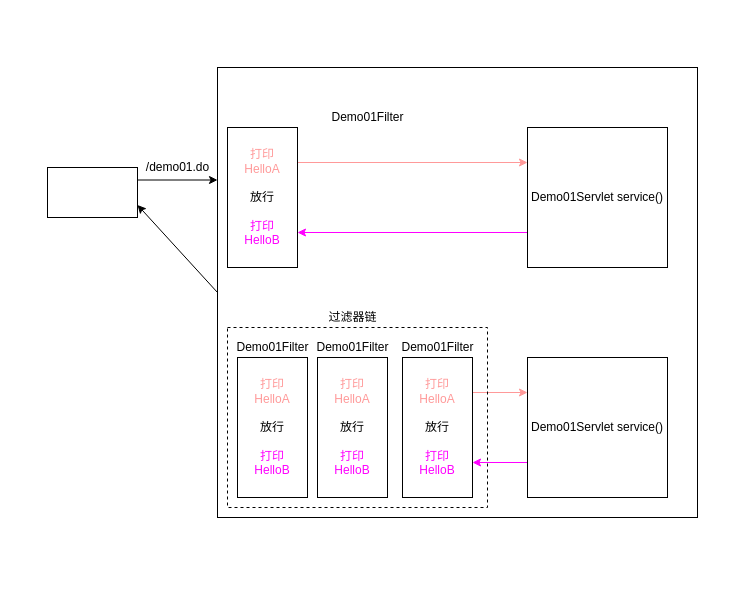
Above: source/_posts/编程语言/Java/Java开发/Java Web/图示/Filter 图示.drawio in saoshuaili/saoshuaili.github.io (draw.io), before the change. Source tidied: cells renumbered, new cells numbered last; positions are measured from the earlier drawing's top-left corner, leaving out a move shared by most shapes. Both pictures are drawn from the tidied source at 100%, with x=0, y=0 at pixel (17, 17).
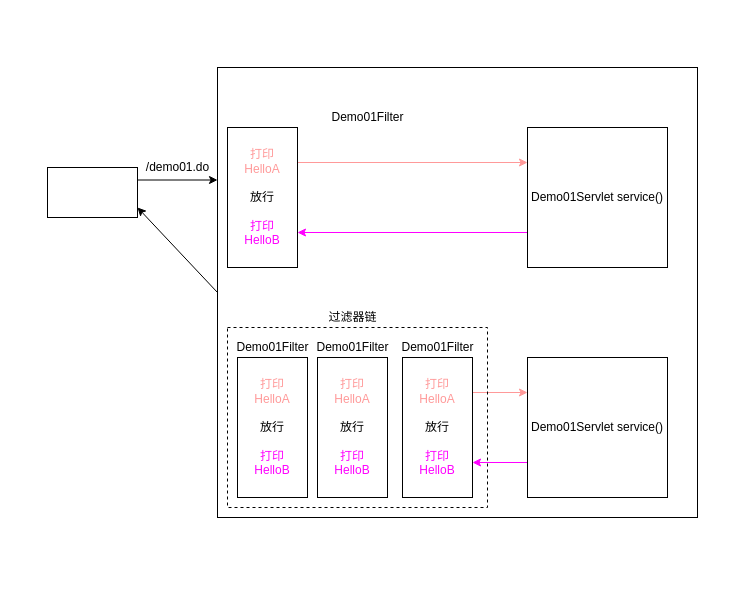
The same diagram, later.

Unchanged cells that the change refers to:
```xml
<mxCell id="4" style="rounded=0;whiteSpace=wrap;html=1;" parent="1" vertex="1">
  <mxGeometry x="30" y="150" width="90" height="50" as="geometry" />
</mxCell>
<mxCell id="6" style="rounded=0;whiteSpace=wrap;html=1;" parent="1" vertex="1">
  <mxGeometry x="200" y="50" width="480" height="450" as="geometry" />
</mxCell>
```

Change to the diagram source:
```diff
@@
-    <mxCell id="5" style="jettySize=auto;html=1;exitX=0;exitY=0.5;exitDx=0;exitDy=0;entryX=1;entryY=0.75;entryDx=0;entryDy=0;fontColor=#FF00FF;strokeColor=default;rounded=0;" parent="1" edge="1" source="6" target="4">
-      <mxGeometry relative="1" as="geometry" />
-    </mxCell>
+    <mxCell id="24" style="edgeStyle=none;html=1;exitX=0;exitY=0.5;exitDx=0;exitDy=0;" parent="1" edge="1" source="6">
+      <mxGeometry relative="1" as="geometry">
+        <mxPoint x="120" y="190" as="targetPoint" />
+      </mxGeometry>
+    </mxCell>
```
